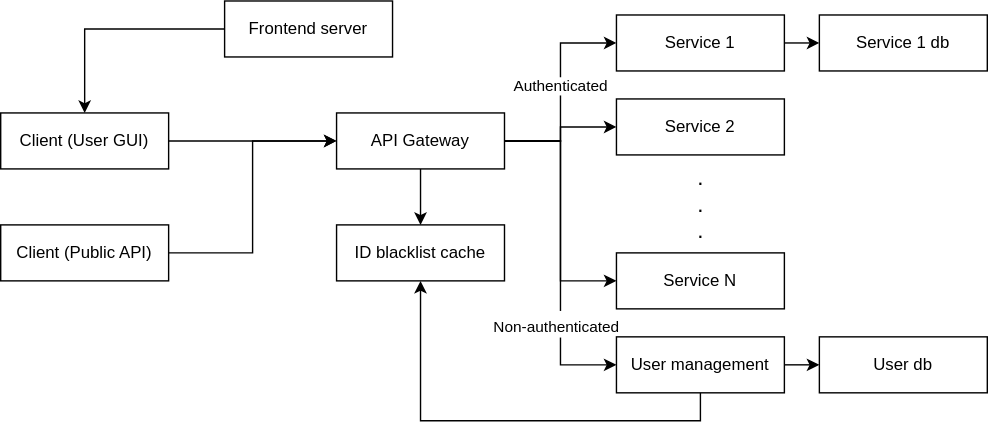
Earlier version of the draw.io export microservice-arch.drawio.svg (a-shine/microservice-app-template). Source tidied: cells renumbered, new cells last; positions are measured from the earlier drawing's top-left corner, leaving out a move shared by most shapes.
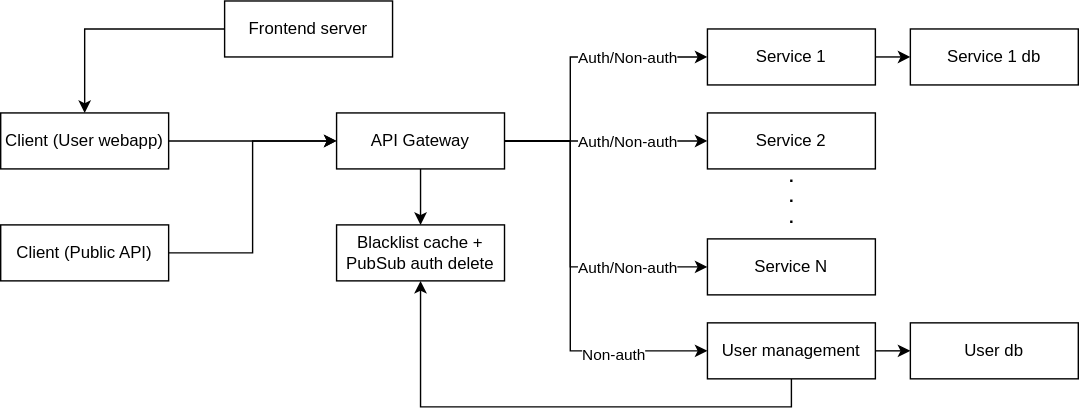
After the change.

The edit, as a diff of the source:
```diff
@@ -11,7 +11,7 @@
     <mxCell id="4" style="edgeStyle=orthogonalEdgeStyle;rounded=0;jettySize=auto;html=1;exitX=1;exitY=0.5;exitDx=0;exitDy=0;entryX=0;entryY=0.5;entryDx=0;entryDy=0;" parent="1" edge="1" source="5" target="15">
       <mxGeometry relative="1" as="geometry" />
     </mxCell>
-    <mxCell id="5" value="Client (User GUI)" style="rounded=0;whiteSpace=wrap;html=1;" parent="1" vertex="1">
+    <mxCell id="5" value="Client (User webapp)" style="rounded=0;whiteSpace=wrap;html=1;" parent="1" vertex="1">
       <mxGeometry y="80" width="120" height="40" as="geometry" />
     </mxCell>
     <mxCell id="6" style="edgeStyle=orthogonalEdgeStyle;rounded=0;jettySize=auto;html=1;exitX=1;exitY=0.5;exitDx=0;exitDy=0;entryX=0;entryY=0.5;entryDx=0;entryDy=0;" parent="1" edge="1" source="7" target="15">
@@ -24,25 +24,50 @@
       <mxGeometry relative="1" as="geometry" />
     </mxCell>
     <mxCell id="9" style="edgeStyle=orthogonalEdgeStyle;rounded=0;jettySize=auto;html=1;exitX=1;exitY=0.5;exitDx=0;exitDy=0;entryX=0;entryY=0.5;entryDx=0;entryDy=0;" parent="1" edge="1" source="15" target="17">
-      <mxGeometry relative="1" as="geometry" />
+      <mxGeometry relative="1" as="geometry">
+        <Array as="points">
+          <mxPoint x="407" y="100" />
+          <mxPoint x="407" y="40" />
+        </Array>
+      </mxGeometry>
     </mxCell>
-    <mxCell id="10" value="Authenticated" style="edgeLabel;html=1;align=center;verticalAlign=middle;fontSize=11;" parent="9" vertex="1">
+    <mxCell id="10" value="&lt;div&gt;Auth/Non-auth&lt;/div&gt;" style="edgeLabel;html=1;align=center;verticalAlign=middle;fontSize=11;" parent="9" vertex="1">
       <mxGeometry x="0.24" y="1" relative="1" as="geometry">
-        <mxPoint y="13" as="offset" />
+        <mxPoint x="20" y="1" as="offset" />
       </mxGeometry>
     </mxCell>
     <mxCell id="11" style="edgeStyle=orthogonalEdgeStyle;rounded=0;jettySize=auto;html=1;exitX=1;exitY=0.5;exitDx=0;exitDy=0;entryX=0;entryY=0.5;entryDx=0;entryDy=0;" parent="1" edge="1" source="15" target="18">
       <mxGeometry relative="1" as="geometry" />
     </mxCell>
+    <mxCell id="27" value="Auth/Non-auth" style="edgeLabel;html=1;align=center;verticalAlign=middle;" parent="11" vertex="1">
+      <mxGeometry x="0.38" y="-2" relative="1" as="geometry">
+        <mxPoint x="-13" y="-2" as="offset" />
+      </mxGeometry>
+    </mxCell>
     <mxCell id="12" style="edgeStyle=orthogonalEdgeStyle;rounded=0;jettySize=auto;html=1;exitX=1;exitY=0.5;exitDx=0;exitDy=0;entryX=0;entryY=0.5;entryDx=0;entryDy=0;" parent="1" edge="1" source="15" target="23">
-      <mxGeometry relative="1" as="geometry" />
+      <mxGeometry relative="1" as="geometry">
+        <Array as="points">
+          <mxPoint x="407" y="100" />
+          <mxPoint x="407" y="190" />
+        </Array>
+      </mxGeometry>
     </mxCell>
+    <mxCell id="28" value="Auth/Non-auth" style="edgeLabel;html=1;align=center;verticalAlign=middle;" parent="12" vertex="1">
+      <mxGeometry x="0.69" y="-2" relative="1" as="geometry">
+        <mxPoint x="-21" y="-2" as="offset" />
+      </mxGeometry>
+    </mxCell>
     <mxCell id="13" style="edgeStyle=orthogonalEdgeStyle;rounded=0;jettySize=auto;html=1;exitX=1;exitY=0.5;exitDx=0;exitDy=0;entryX=0;entryY=0.5;entryDx=0;entryDy=0;" parent="1" edge="1" source="15" target="21">
-      <mxGeometry relative="1" as="geometry" />
+      <mxGeometry relative="1" as="geometry">
+        <Array as="points">
+          <mxPoint x="407" y="100" />
+          <mxPoint x="407" y="250" />
+        </Array>
+      </mxGeometry>
     </mxCell>
-    <mxCell id="14" value="&lt;font style=&quot;font-size: 11px;&quot;&gt;Non-authenticated&lt;br&gt;&lt;/font&gt;" style="edgeLabel;html=1;align=center;verticalAlign=middle;fontSize=16;" parent="13" vertex="1">
+    <mxCell id="14" value="&lt;font style=&quot;font-size: 11px;&quot;&gt;Non-auth&lt;/font&gt;" style="edgeLabel;html=1;align=center;verticalAlign=middle;fontSize=16;" parent="13" vertex="1">
       <mxGeometry x="0.54" y="-4" relative="1" as="geometry">
-        <mxPoint y="-15" as="offset" />
+        <mxPoint y="-4" as="offset" />
       </mxGeometry>
     </mxCell>
     <mxCell id="15" value="API Gateway" style="rounded=0;whiteSpace=wrap;html=1;" parent="1" vertex="1">
@@ -52,10 +77,10 @@
       <mxGeometry relative="1" as="geometry" />
     </mxCell>
     <mxCell id="17" value="Service 1" style="rounded=0;whiteSpace=wrap;html=1;" parent="1" vertex="1">
-      <mxGeometry x="440" y="10" width="120" height="40" as="geometry" />
+      <mxGeometry x="505" y="20" width="120" height="40" as="geometry" />
     </mxCell>
     <mxCell id="18" value="Service 2" style="rounded=0;whiteSpace=wrap;html=1;" parent="1" vertex="1">
-      <mxGeometry x="440" y="70" width="120" height="40" as="geometry" />
+      <mxGeometry x="505" y="80" width="120" height="40" as="geometry" />
     </mxCell>
     <mxCell id="19" style="edgeStyle=orthogonalEdgeStyle;rounded=0;jettySize=auto;html=1;exitX=0.5;exitY=1;exitDx=0;exitDy=0;entryX=0.5;entryY=1;entryDx=0;entryDy=0;fontSize=16;" parent="1" edge="1" source="21" target="22">
       <mxGeometry relative="1" as="geometry" />
@@ -64,22 +89,22 @@
       <mxGeometry relative="1" as="geometry" />
     </mxCell>
     <mxCell id="21" value="User management" style="rounded=0;whiteSpace=wrap;html=1;" parent="1" vertex="1">
-      <mxGeometry x="440" y="240" width="120" height="40" as="geometry" />
+      <mxGeometry x="505" y="230" width="120" height="40" as="geometry" />
     </mxCell>
-    <mxCell id="22" value="ID blacklist cache" style="rounded=0;whiteSpace=wrap;html=1;" parent="1" vertex="1">
+    <mxCell id="22" value="Blacklist cache + PubSub auth delete" style="rounded=0;whiteSpace=wrap;html=1;" parent="1" vertex="1">
       <mxGeometry x="240" y="160" width="120" height="40" as="geometry" />
     </mxCell>
     <mxCell id="23" value="Service N" style="rounded=0;whiteSpace=wrap;html=1;" parent="1" vertex="1">
-      <mxGeometry x="440" y="180" width="120" height="40" as="geometry" />
+      <mxGeometry x="505" y="170" width="120" height="40" as="geometry" />
     </mxCell>
-    <mxCell id="24" value="&lt;div style=&quot;font-size: 16px;&quot;&gt;&lt;font style=&quot;font-size: 16px;&quot;&gt;.&lt;/font&gt;&lt;/div&gt;&lt;div style=&quot;font-size: 16px;&quot;&gt;&lt;font style=&quot;font-size: 16px;&quot;&gt;.&lt;/font&gt;&lt;/div&gt;&lt;div style=&quot;font-size: 16px;&quot;&gt;&lt;font style=&quot;font-size: 16px;&quot;&gt;.&lt;br&gt;&lt;/font&gt;&lt;/div&gt;" style="text;html=1;align=center;verticalAlign=middle;strokeColor=none;fillColor=none;" parent="1" vertex="1">
-      <mxGeometry x="485" y="110" width="30" height="70" as="geometry" />
+    <mxCell id="24" value="&lt;div style=&quot;&quot;&gt;&lt;font style=&quot;font-size: 12px;&quot;&gt;&lt;b&gt;&lt;font style=&quot;font-size: 12px;&quot;&gt;.&lt;/font&gt;&lt;/b&gt;&lt;/font&gt;&lt;/div&gt;&lt;div style=&quot;&quot;&gt;&lt;font style=&quot;font-size: 12px;&quot;&gt;&lt;b&gt;&lt;font style=&quot;font-size: 12px;&quot;&gt;.&lt;/font&gt;&lt;/b&gt;&lt;/font&gt;&lt;/div&gt;&lt;div style=&quot;&quot;&gt;&lt;font style=&quot;font-size: 12px;&quot;&gt;&lt;b&gt;&lt;font style=&quot;font-size: 12px;&quot;&gt;.&lt;br&gt;&lt;/font&gt;&lt;/b&gt;&lt;/font&gt;&lt;/div&gt;" style="text;html=1;align=center;verticalAlign=middle;strokeColor=none;fillColor=none;" parent="1" vertex="1">
+      <mxGeometry x="550" y="110" width="30" height="60" as="geometry" />
     </mxCell>
     <mxCell id="25" value="User db" style="rounded=0;whiteSpace=wrap;html=1;" parent="1" vertex="1">
-      <mxGeometry x="585" y="240" width="120" height="40" as="geometry" />
+      <mxGeometry x="650" y="230" width="120" height="40" as="geometry" />
     </mxCell>
     <mxCell id="26" value="Service 1 db" style="rounded=0;whiteSpace=wrap;html=1;" parent="1" vertex="1">
-      <mxGeometry x="585" y="10" width="120" height="40" as="geometry" />
+      <mxGeometry x="650" y="20" width="120" height="40" as="geometry" />
     </mxCell>
   </root>
 </mxGraphModel>
```
